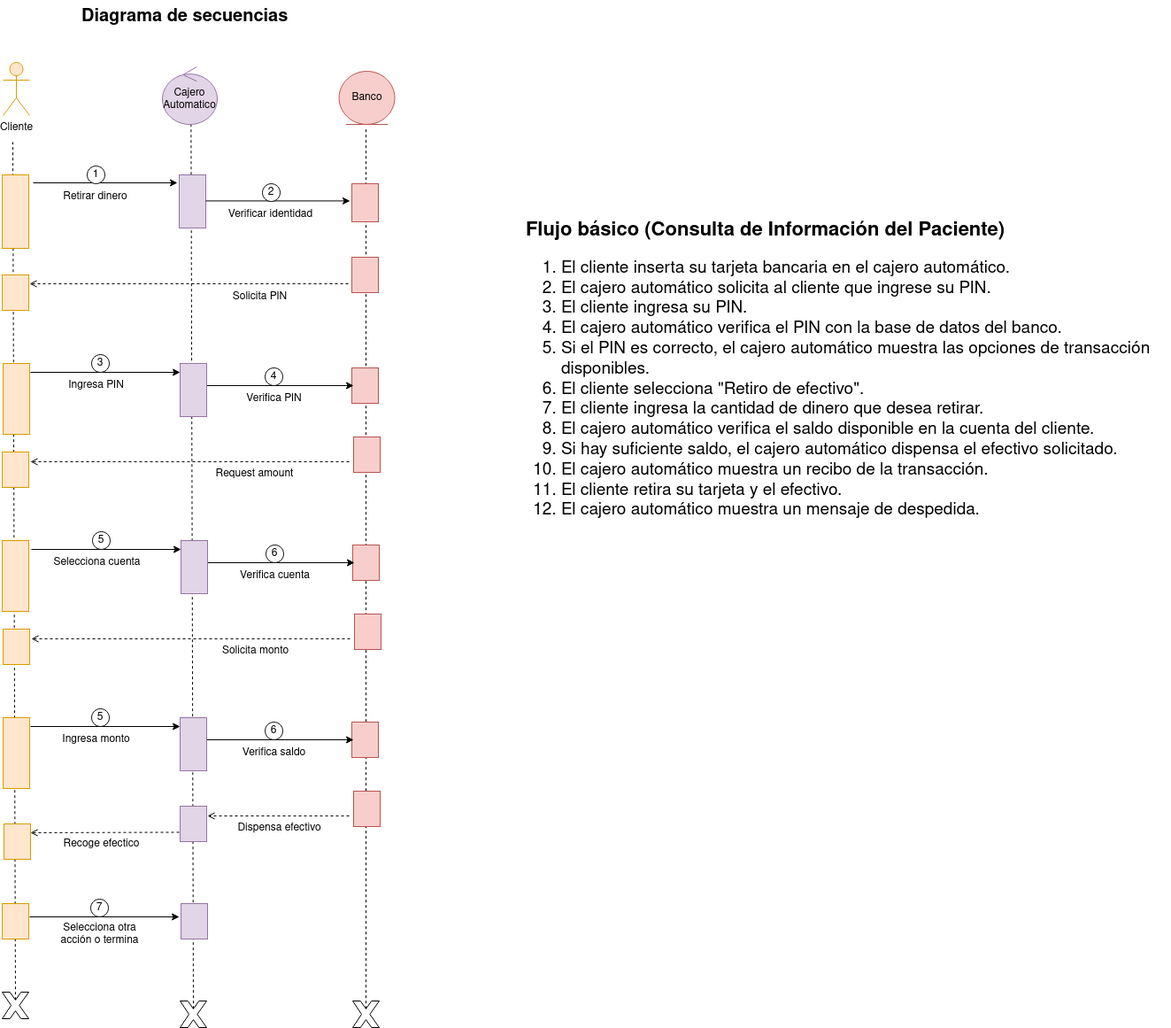
This is diagramas/tarea6 (cajero automatico)/diagrama_de_secuencia_cajero_automatico.png from Chugani05/entorno_de_desarrollo, a draw.io export, as it was before one commit. Source tidied: cells renumbered, new cells last; positions are measured from the earlier drawing's top-left corner, leaving out a move shared by most shapes.
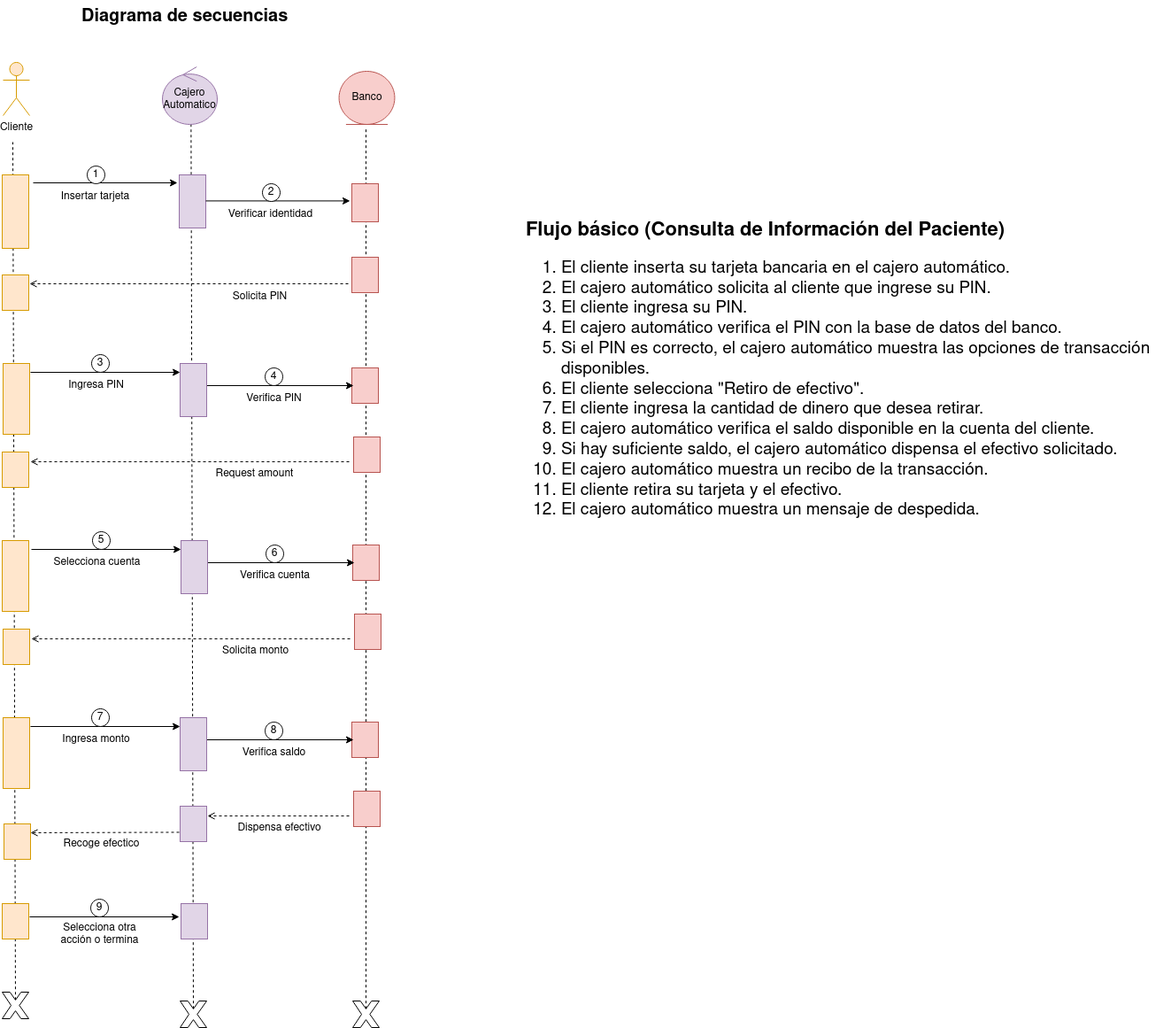
After the change.

Change to the diagram source:
```diff
@@ -7,7 +7,7 @@
         <mxPoint x="12" y="160" as="targetPoint" />
       </mxGeometry>
     </mxCell>
-    <mxCell id="3" value="Retirar dinero" style="text;html=1;align=center;verticalAlign=middle;strokeColor=none;fillColor=none;" parent="1" vertex="1">
+    <mxCell id="3" value="Insertar tarjeta" style="text;html=1;align=center;verticalAlign=middle;strokeColor=none;fillColor=none;" parent="1" vertex="1">
       <mxGeometry x="55" y="207" width="100" height="30" as="geometry" />
     </mxCell>
     <mxCell id="4" style="endArrow=classic;html=1;rounded=0;entryX=0.15;entryY=1.067;entryDx=0;entryDy=0;entryPerimeter=0;" parent="1" edge="1" target="13">
@@ -201,7 +201,7 @@
         <mxPoint x="232" y="921" as="targetPoint" />
       </mxGeometry>
     </mxCell>
-    <mxCell id="55" value="5" style="ellipse;whiteSpace=wrap;html=1;" parent="1" vertex="1">
+    <mxCell id="55" value="7" style="ellipse;whiteSpace=wrap;html=1;" parent="1" vertex="1">
       <mxGeometry x="101" y="800" width="20" height="20" as="geometry" />
     </mxCell>
     <mxCell id="56" style="rounded=0;whiteSpace=wrap;html=1;direction=south;verticalAlign=top;fillColor=#ffe6cc;strokeColor=#d79b00;" parent="1" vertex="1">
@@ -222,7 +222,7 @@
         <mxPoint x="397" y="835" as="targetPoint" />
       </mxGeometry>
     </mxCell>
-    <mxCell id="61" value="6" style="ellipse;whiteSpace=wrap;html=1;" parent="1" vertex="1">
+    <mxCell id="61" value="8" style="ellipse;whiteSpace=wrap;html=1;" parent="1" vertex="1">
       <mxGeometry x="297" y="815" width="20" height="20" as="geometry" />
     </mxCell>
     <mxCell id="62" style="rounded=0;whiteSpace=wrap;html=1;direction=south;verticalAlign=top;fillColor=#e1d5e7;strokeColor=#9673a6;" parent="1" vertex="1">
@@ -260,7 +260,7 @@
         <mxPoint x="200" y="1035" as="targetPoint" />
       </mxGeometry>
     </mxCell>
-    <mxCell id="72" value="7" style="ellipse;whiteSpace=wrap;html=1;" parent="1" vertex="1">
+    <mxCell id="72" value="9" style="ellipse;whiteSpace=wrap;html=1;" parent="1" vertex="1">
       <mxGeometry x="100" y="1015" width="20" height="20" as="geometry" />
     </mxCell>
     <mxCell id="73" value="&lt;b&gt;&lt;font style=&quot;font-size: 20px;&quot;&gt;Diagrama de secuencias&lt;/font&gt;&lt;/b&gt;" style="text;whiteSpace=wrap;html=1;" parent="1" vertex="1">
```
